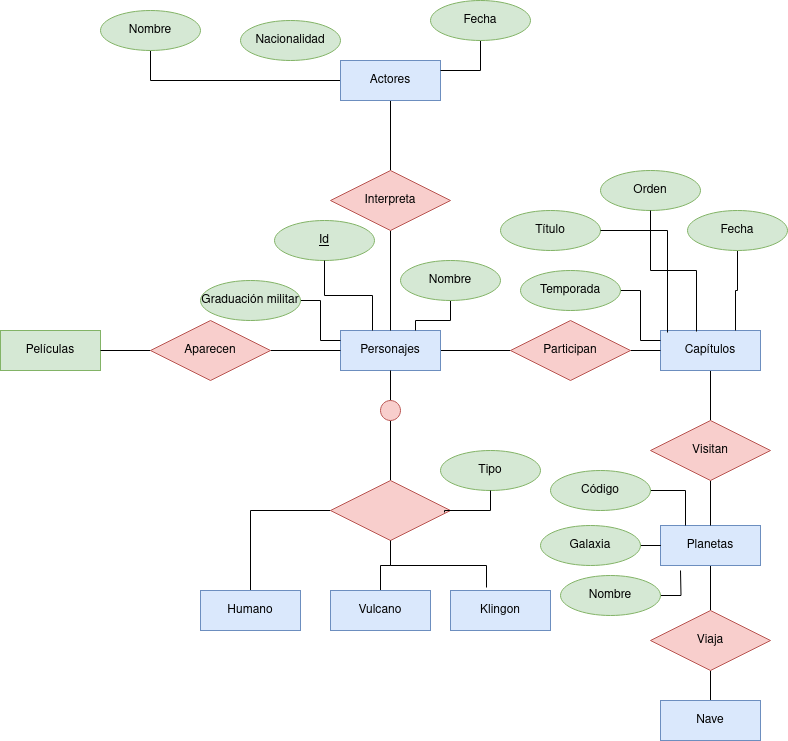
This is Unidad-1/Tareas/Tarea evaluable 3/Tarea 3 entregable .drawio.png from GgbGabrielGarcia/Base-Datos, a draw.io export, as it was before one commit. Source tidied: cells renumbered, new cells last; positions are measured from the earlier drawing's top-left corner, leaving out a move shared by most shapes.
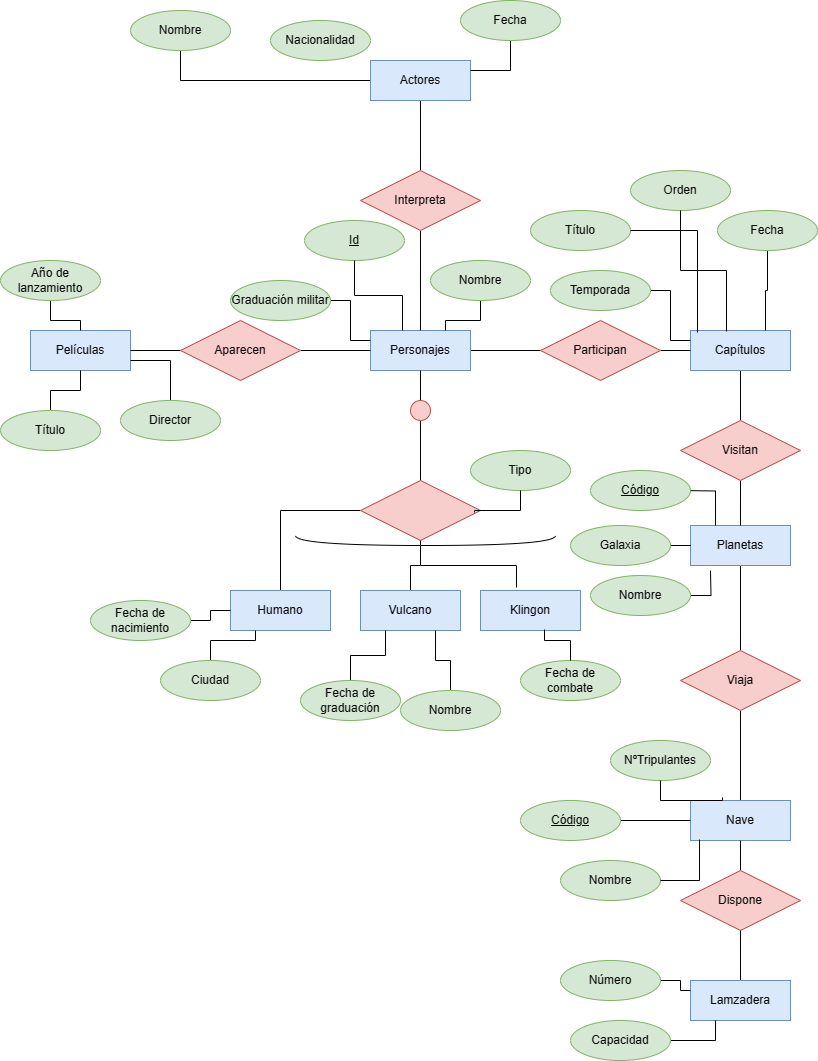
After the change.

Diff of the diagram source:
```diff
@@ -11,7 +11,7 @@
     <mxCell id="4" value="Actores" style="whiteSpace=wrap;html=1;align=center;fillColor=#dae8fc;strokeColor=#6c8ebf;" parent="1" vertex="1">
       <mxGeometry x="340" y="60" width="100" height="40" as="geometry" />
     </mxCell>
-    <mxCell id="5" value="Películas" style="whiteSpace=wrap;html=1;align=center;fillColor=#d5e8d4;strokeColor=#82b366;" parent="1" vertex="1">
+    <mxCell id="5" value="Películas" style="whiteSpace=wrap;html=1;align=center;fillColor=#dae8fc;strokeColor=#6c8ebf;" parent="1" vertex="1">
       <mxGeometry y="330" width="100" height="40" as="geometry" />
     </mxCell>
     <mxCell id="6" style="edgeStyle=orthogonalEdgeStyle;rounded=0;jettySize=auto;html=1;endArrow=none;endFill=0;" parent="1" edge="1" source="8" target="26">
@@ -99,17 +99,16 @@
       <mxGeometry relative="1" as="geometry" />
     </mxCell>
     <mxCell id="34" value="Nave" style="whiteSpace=wrap;html=1;align=center;fillColor=#dae8fc;strokeColor=#6c8ebf;" parent="1" vertex="1">
-      <mxGeometry x="660" y="700" width="100" height="40" as="geometry" />
+      <mxGeometry x="660" y="800" width="100" height="40" as="geometry" />
     </mxCell>
     <mxCell id="35" value="Viaja" style="shape=rhombus;perimeter=rhombusPerimeter;whiteSpace=wrap;html=1;align=center;fillColor=#f8cecc;strokeColor=#b85450;" parent="1" vertex="1">
-      <mxGeometry x="650" y="610" width="120" height="60" as="geometry" />
+      <mxGeometry x="650" y="650" width="120" height="60" as="geometry" />
     </mxCell>
-    <mxCell id="36" style="edgeStyle=orthogonalEdgeStyle;rounded=0;jettySize=auto;html=1;entryX=0.25;entryY=0;entryDx=0;entryDy=0;endArrow=none;endFill=0;" parent="1" edge="1" source="37" target="12">
-      <mxGeometry relative="1" as="geometry" />
+    <mxCell id="36" style="edgeStyle=orthogonalEdgeStyle;rounded=0;jettySize=auto;html=1;entryX=0.25;entryY=0;entryDx=0;entryDy=0;endArrow=none;endFill=0;" parent="1" edge="1" target="12">
+      <mxGeometry relative="1" as="geometry">
+        <mxPoint x="650" y="490" as="sourcePoint" />
+      </mxGeometry>
     </mxCell>
-    <mxCell id="37" value="Código" style="ellipse;whiteSpace=wrap;html=1;align=center;fillColor=#d5e8d4;strokeColor=#82b366;" parent="1" vertex="1">
-      <mxGeometry x="550" y="470" width="100" height="40" as="geometry" />
-    </mxCell>
     <mxCell id="38" style="edgeStyle=orthogonalEdgeStyle;rounded=0;jettySize=auto;html=1;endArrow=none;endFill=0;" parent="1" edge="1" source="39">
       <mxGeometry relative="1" as="geometry">
         <mxPoint x="680" y="570" as="targetPoint" />
@@ -181,5 +180,101 @@
     <mxCell id="60" value="Fecha" style="ellipse;whiteSpace=wrap;html=1;align=center;fillColor=#d5e8d4;strokeColor=#82b366;" parent="1" vertex="1">
       <mxGeometry x="687" y="210" width="100" height="40" as="geometry" />
     </mxCell>
+    <mxCell id="61" style="edgeStyle=orthogonalEdgeStyle;rounded=0;jettySize=auto;html=1;entryX=1;entryY=0.75;entryDx=0;entryDy=0;endArrow=none;endFill=0;" parent="1" edge="1" source="62" target="5">
+      <mxGeometry relative="1" as="geometry" />
+    </mxCell>
+    <mxCell id="62" value="Director" style="ellipse;whiteSpace=wrap;html=1;align=center;fillColor=#d5e8d4;strokeColor=#82b366;" parent="1" vertex="1">
+      <mxGeometry x="90" y="400" width="100" height="40" as="geometry" />
+    </mxCell>
+    <mxCell id="63" style="edgeStyle=orthogonalEdgeStyle;rounded=0;jettySize=auto;html=1;endArrow=none;endFill=0;" parent="1" edge="1" source="64" target="5">
+      <mxGeometry relative="1" as="geometry" />
+    </mxCell>
+    <mxCell id="64" value="Año de lanzamiento" style="ellipse;whiteSpace=wrap;html=1;align=center;fillColor=#d5e8d4;strokeColor=#82b366;" parent="1" vertex="1">
+      <mxGeometry x="-30" y="260" width="100" height="40" as="geometry" />
+    </mxCell>
+    <mxCell id="65" style="edgeStyle=orthogonalEdgeStyle;rounded=0;jettySize=auto;html=1;endArrow=none;endFill=0;" parent="1" edge="1" source="66" target="5">
+      <mxGeometry relative="1" as="geometry" />
+    </mxCell>
+    <mxCell id="66" value="Título" style="ellipse;whiteSpace=wrap;html=1;align=center;fillColor=#d5e8d4;strokeColor=#82b366;" parent="1" vertex="1">
+      <mxGeometry x="-30" y="410" width="100" height="40" as="geometry" />
+    </mxCell>
+    <mxCell id="67" style="edgeStyle=orthogonalEdgeStyle;rounded=0;jettySize=auto;html=1;endArrow=none;endFill=0;" parent="1" edge="1" source="68" target="34">
+      <mxGeometry relative="1" as="geometry" />
+    </mxCell>
+    <mxCell id="68" value="Dispone" style="shape=rhombus;perimeter=rhombusPerimeter;whiteSpace=wrap;html=1;align=center;fillColor=#f8cecc;strokeColor=#b85450;" parent="1" vertex="1">
+      <mxGeometry x="650" y="870" width="120" height="60" as="geometry" />
+    </mxCell>
+    <mxCell id="69" style="edgeStyle=orthogonalEdgeStyle;rounded=0;jettySize=auto;html=1;entryX=0.5;entryY=1;entryDx=0;entryDy=0;endArrow=none;endFill=0;" parent="1" edge="1" source="70" target="68">
+      <mxGeometry relative="1" as="geometry" />
+    </mxCell>
+    <mxCell id="70" value="Lamzadera" style="whiteSpace=wrap;html=1;align=center;fillColor=#dae8fc;strokeColor=#6c8ebf;" parent="1" vertex="1">
+      <mxGeometry x="660" y="980" width="100" height="40" as="geometry" />
+    </mxCell>
+    <mxCell id="71" value="Código" style="ellipse;whiteSpace=wrap;html=1;align=center;fontStyle=4;fillColor=#d5e8d4;strokeColor=#82b366;" parent="1" vertex="1">
+      <mxGeometry x="560" y="470" width="100" height="40" as="geometry" />
+    </mxCell>
+    <mxCell id="72" style="edgeStyle=orthogonalEdgeStyle;rounded=0;jettySize=auto;html=1;entryX=0;entryY=0.5;entryDx=0;entryDy=0;endArrow=none;endFill=0;" parent="1" edge="1" source="73" target="50">
+      <mxGeometry relative="1" as="geometry" />
+    </mxCell>
+    <mxCell id="73" value="Fecha de nacimiento" style="ellipse;whiteSpace=wrap;html=1;align=center;fillColor=#d5e8d4;strokeColor=#82b366;" parent="1" vertex="1">
+      <mxGeometry x="60" y="600" width="100" height="40" as="geometry" />
+    </mxCell>
+    <mxCell id="74" style="edgeStyle=orthogonalEdgeStyle;rounded=0;jettySize=auto;html=1;entryX=0.25;entryY=1;entryDx=0;entryDy=0;endArrow=none;endFill=0;" parent="1" edge="1" source="75" target="50">
+      <mxGeometry relative="1" as="geometry" />
+    </mxCell>
+    <mxCell id="75" value="Ciudad" style="ellipse;whiteSpace=wrap;html=1;align=center;fillColor=#d5e8d4;strokeColor=#82b366;" parent="1" vertex="1">
+      <mxGeometry x="130" y="660" width="100" height="40" as="geometry" />
+    </mxCell>
+    <mxCell id="76" style="edgeStyle=orthogonalEdgeStyle;rounded=0;jettySize=auto;html=1;entryX=0.75;entryY=1;entryDx=0;entryDy=0;endArrow=none;endFill=0;" parent="1" edge="1" source="77" target="49">
+      <mxGeometry relative="1" as="geometry" />
+    </mxCell>
+    <mxCell id="77" value="Nombre" style="ellipse;whiteSpace=wrap;html=1;align=center;fillColor=#d5e8d4;strokeColor=#82b366;" parent="1" vertex="1">
+      <mxGeometry x="370" y="690" width="100" height="40" as="geometry" />
+    </mxCell>
+    <mxCell id="78" style="edgeStyle=orthogonalEdgeStyle;rounded=0;jettySize=auto;html=1;entryX=0.25;entryY=1;entryDx=0;entryDy=0;endArrow=none;endFill=0;" parent="1" edge="1" source="79" target="49">
+      <mxGeometry relative="1" as="geometry" />
+    </mxCell>
+    <mxCell id="79" value="Fecha de graduación" style="ellipse;whiteSpace=wrap;html=1;align=center;fillColor=#d5e8d4;strokeColor=#82b366;" parent="1" vertex="1">
+      <mxGeometry x="270" y="680" width="100" height="40" as="geometry" />
+    </mxCell>
+    <mxCell id="80" value="Fecha de combate" style="ellipse;whiteSpace=wrap;html=1;align=center;fillColor=#d5e8d4;strokeColor=#82b366;" parent="1" vertex="1">
+      <mxGeometry x="490" y="660" width="100" height="40" as="geometry" />
+    </mxCell>
+    <mxCell id="81" style="edgeStyle=orthogonalEdgeStyle;rounded=0;jettySize=auto;html=1;entryX=0.64;entryY=0.975;entryDx=0;entryDy=0;entryPerimeter=0;endArrow=none;endFill=0;" parent="1" edge="1" source="80" target="48">
+      <mxGeometry relative="1" as="geometry" />
+    </mxCell>
+    <mxCell id="82" style="shape=requiredInterface;html=1;verticalLabelPosition=bottom;sketch=0;rotation=90;" parent="1" vertex="1">
+      <mxGeometry x="390" y="410" width="10" height="260" as="geometry" />
+    </mxCell>
+    <mxCell id="83" value="NºTripulantes" style="ellipse;whiteSpace=wrap;html=1;align=center;fillColor=#d5e8d4;strokeColor=#82b366;" parent="1" vertex="1">
+      <mxGeometry x="580" y="740" width="100" height="40" as="geometry" />
+    </mxCell>
+    <mxCell id="84" value="Nombre" style="ellipse;whiteSpace=wrap;html=1;align=center;fillColor=#d5e8d4;strokeColor=#82b366;" parent="1" vertex="1">
+      <mxGeometry x="530" y="860" width="100" height="40" as="geometry" />
+    </mxCell>
+    <mxCell id="85" style="edgeStyle=orthogonalEdgeStyle;rounded=0;jettySize=auto;html=1;endArrow=none;endFill=0;" parent="1" edge="1" source="86" target="34">
+      <mxGeometry relative="1" as="geometry" />
+    </mxCell>
+    <mxCell id="86" value="Código" style="ellipse;whiteSpace=wrap;html=1;align=center;fontStyle=4;fillColor=#d5e8d4;strokeColor=#82b366;" parent="1" vertex="1">
+      <mxGeometry x="490" y="800" width="100" height="40" as="geometry" />
+    </mxCell>
+    <mxCell id="87" style="edgeStyle=orthogonalEdgeStyle;rounded=0;jettySize=auto;html=1;entryX=0.32;entryY=-0.075;entryDx=0;entryDy=0;entryPerimeter=0;endArrow=none;endFill=0;" parent="1" edge="1" source="83" target="34">
+      <mxGeometry relative="1" as="geometry" />
+    </mxCell>
+    <mxCell id="88" style="edgeStyle=orthogonalEdgeStyle;rounded=0;jettySize=auto;html=1;entryX=0.09;entryY=0.975;entryDx=0;entryDy=0;entryPerimeter=0;endArrow=none;endFill=0;" parent="1" edge="1" source="84" target="34">
+      <mxGeometry relative="1" as="geometry" />
+    </mxCell>
+    <mxCell id="89" style="edgeStyle=orthogonalEdgeStyle;rounded=0;jettySize=auto;html=1;entryX=0;entryY=0.25;entryDx=0;entryDy=0;endArrow=none;endFill=0;" parent="1" edge="1" source="90" target="70">
+      <mxGeometry relative="1" as="geometry" />
+    </mxCell>
+    <mxCell id="90" value="Número" style="ellipse;whiteSpace=wrap;html=1;align=center;fillColor=#d5e8d4;strokeColor=#82b366;" parent="1" vertex="1">
+      <mxGeometry x="530" y="960" width="100" height="40" as="geometry" />
+    </mxCell>
+    <mxCell id="91" style="edgeStyle=orthogonalEdgeStyle;rounded=0;jettySize=auto;html=1;entryX=0.25;entryY=1;entryDx=0;entryDy=0;endArrow=none;endFill=0;" parent="1" edge="1" source="92" target="70">
+      <mxGeometry relative="1" as="geometry" />
+    </mxCell>
+    <mxCell id="92" value="Capacidad" style="ellipse;whiteSpace=wrap;html=1;align=center;fillColor=#d5e8d4;strokeColor=#82b366;" parent="1" vertex="1">
+      <mxGeometry x="540" y="1020" width="100" height="40" as="geometry" />
+    </mxCell>
   </root>
 </mxGraphModel>
```
